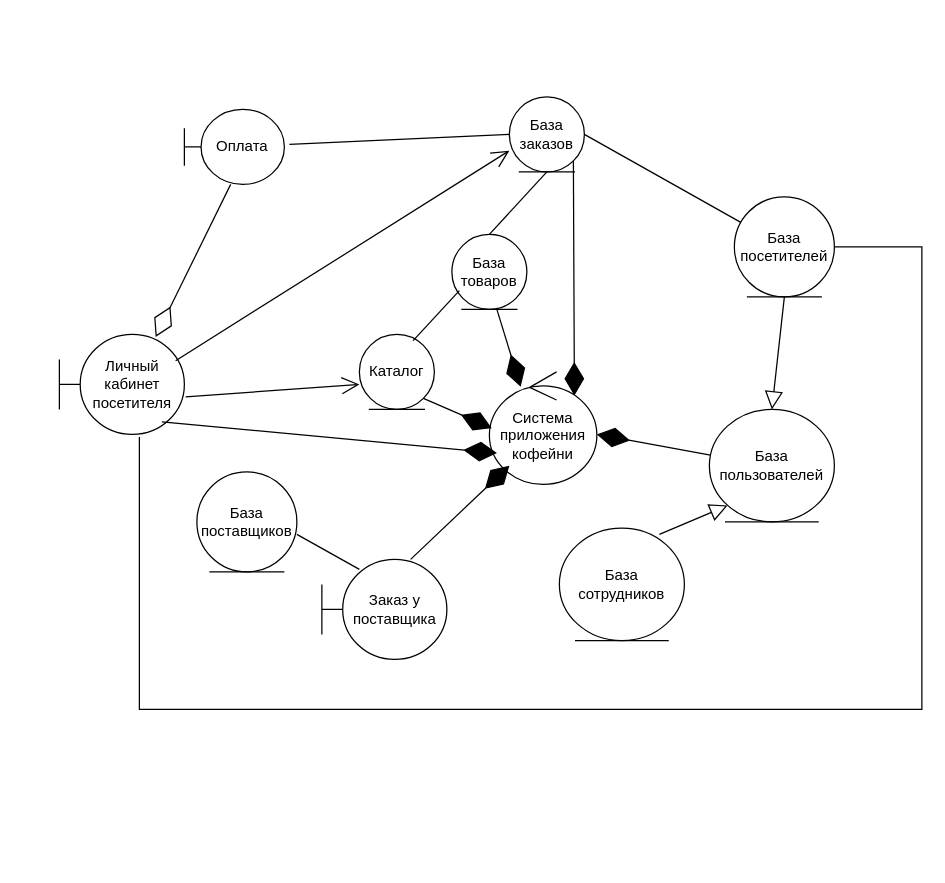
This is AKMS_3.drawio from mopsin666/AKMS, a draw.io file, before an edit. Source tidied: cells renumbered, new cells numbered last; positions are measured from the earlier drawing's top-left corner, leaving out a move shared by most shapes. Both pictures are drawn from the tidied source at 125%, with x=0, y=0 at pixel (59, 96).
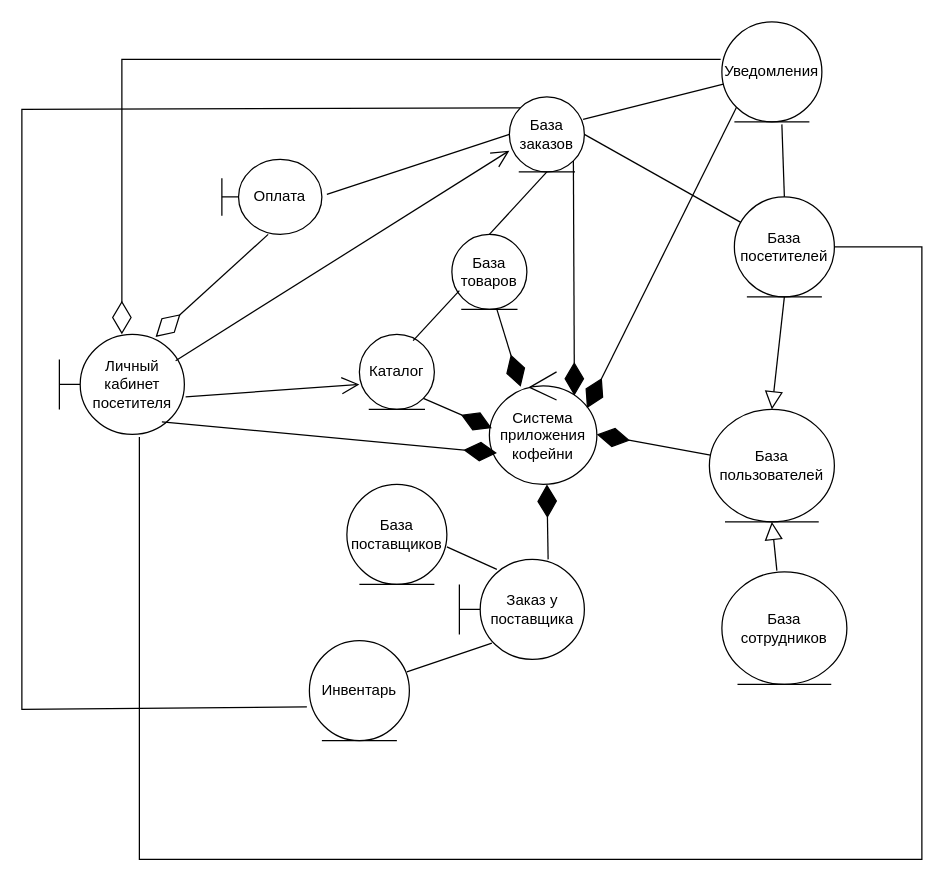
Above is the later version.

The change refers to these unchanged cells:
```xml
<mxCell id="3" value="Личный кабинет посетителя" style="shape=umlBoundary;whiteSpace=wrap;html=1;" parent="1" vertex="1">
  <mxGeometry y="190" width="100" height="80" as="geometry" />
</mxCell>
<mxCell id="6" value="База заказов" style="ellipse;shape=umlEntity;whiteSpace=wrap;html=1;" parent="1" vertex="1">
  <mxGeometry x="360" width="60" height="60" as="geometry" />
</mxCell>
<mxCell id="7" value="База посетителей" style="ellipse;shape=umlEntity;whiteSpace=wrap;html=1;" parent="1" vertex="1">
  <mxGeometry x="540" y="80" width="80" height="80" as="geometry" />
</mxCell>
<mxCell id="8" value="База пользователей" style="ellipse;shape=umlEntity;whiteSpace=wrap;html=1;" parent="1" vertex="1">
  <mxGeometry x="520" y="250" width="100" height="90" as="geometry" />
</mxCell>
<mxCell id="10" value="Система приложения кофейни" style="ellipse;shape=umlControl;whiteSpace=wrap;html=1;" parent="1" vertex="1">
  <mxGeometry x="344" y="220" width="86" height="90" as="geometry" />
</mxCell>
```

Diff of the diagram source:
```diff
@@
     <mxCell id="2" value="Оплата" style="shape=umlBoundary;whiteSpace=wrap;html=1;" parent="1" vertex="1">
-      <mxGeometry x="100" y="10" width="80" height="60" as="geometry" />
+      <mxGeometry x="130" y="50" width="80" height="60" as="geometry" />
     </mxCell>
@@
     <mxCell id="9" value="База сотрудников" style="ellipse;shape=umlEntity;whiteSpace=wrap;html=1;" parent="1" vertex="1">
-      <mxGeometry x="400" y="345" width="100" height="90" as="geometry" />
+      <mxGeometry x="530" y="380" width="100" height="90" as="geometry" />
     </mxCell>
@@
     <mxCell id="20" style="endArrow=none;html=1;rounded=0;exitX=0.64;exitY=1.025;exitDx=0;exitDy=0;exitPerimeter=0;" parent="1" edge="1" source="3" target="7">
       <mxGeometry relative="1" as="geometry">
         <Array as="points">
-          <mxPoint x="64" y="490" />
-          <mxPoint x="370" y="490" />
-          <mxPoint x="690" y="490" />
+          <mxPoint x="64" y="610" />
+          <mxPoint x="370" y="610" />
+          <mxPoint x="690" y="610" />
           <mxPoint x="690" y="120" />
         </Array>
       </mxGeometry>
     </mxCell>
@@
     <mxCell id="24" value="База поставщиков" style="ellipse;shape=umlEntity;whiteSpace=wrap;html=1;" parent="1" vertex="1">
-      <mxGeometry x="110" y="300" width="80" height="80" as="geometry" />
+      <mxGeometry x="230" y="310" width="80" height="80" as="geometry" />
     </mxCell>
     <mxCell id="25" value="Заказ у поставщика" style="shape=umlBoundary;whiteSpace=wrap;html=1;" parent="1" vertex="1">
-      <mxGeometry x="210" y="370" width="100" height="80" as="geometry" />
+      <mxGeometry x="320" y="370" width="100" height="80" as="geometry" />
     </mxCell>
@@
-    <mxCell id="27" style="endArrow=diamondThin;endFill=1;endSize=24;html=1;rounded=0;exitX=0.71;exitY=0;exitDx=0;exitDy=0;exitPerimeter=0;entryX=0.07;entryY=0.722;entryDx=0;entryDy=0;entryPerimeter=0;" parent="1" edge="1" source="25">
-      <mxGeometry relative="1" as="geometry">
-        <mxPoint x="360" y="295" as="targetPoint" />
-      </mxGeometry>
+    <mxCell id="27" style="endArrow=diamondThin;endFill=1;endSize=24;html=1;rounded=0;exitX=0.71;exitY=0;exitDx=0;exitDy=0;exitPerimeter=0;entryX=0.535;entryY=1;entryDx=0;entryDy=0;entryPerimeter=0;" parent="1" edge="1" source="25" target="10">
+      <mxGeometry relative="1" as="geometry" />
     </mxCell>
-    <mxCell id="28" style="endArrow=block;endFill=0;endSize=12;html=1;rounded=0;exitX=0.8;exitY=0.056;exitDx=0;exitDy=0;exitPerimeter=0;entryX=0;entryY=1;entryDx=0;entryDy=0;" parent="1" edge="1" source="9" target="8">
+    <mxCell id="28" style="endArrow=block;endFill=0;endSize=12;html=1;rounded=0;exitX=0.44;exitY=-0.011;exitDx=0;exitDy=0;entryX=0.5;entryY=1;entryDx=0;entryDy=0;exitPerimeter=0;" parent="1" edge="1" source="9" target="8">
       <mxGeometry relative="1" as="geometry" />
     </mxCell>
@@
+    <mxCell id="30" value="Уведомления" style="ellipse;shape=umlEntity;whiteSpace=wrap;html=1;" parent="1" vertex="1">
+      <mxGeometry x="530" y="-60" width="80" height="80" as="geometry" />
+    </mxCell>
+    <mxCell id="31" style="endArrow=none;html=1;rounded=0;entryX=0.983;entryY=0.3;entryDx=0;entryDy=0;entryPerimeter=0;" parent="1" edge="1" source="30" target="6">
+      <mxGeometry relative="1" as="geometry" />
+    </mxCell>
+    <mxCell id="32" style="endArrow=none;html=1;rounded=0;entryX=0.5;entryY=0;entryDx=0;entryDy=0;exitX=0.6;exitY=1.025;exitDx=0;exitDy=0;exitPerimeter=0;" parent="1" edge="1" source="30" target="7">
+      <mxGeometry relative="1" as="geometry" />
+    </mxCell>
+    <mxCell id="33" style="endArrow=diamondThin;endFill=0;endSize=24;html=1;rounded=0;exitX=-0.012;exitY=0.375;exitDx=0;exitDy=0;exitPerimeter=0;entryX=0.5;entryY=0;entryDx=0;entryDy=0;entryPerimeter=0;" parent="1" edge="1" source="30" target="3">
+      <mxGeometry relative="1" as="geometry">
+        <Array as="points">
+          <mxPoint x="50" y="-30" />
+        </Array>
+      </mxGeometry>
+    </mxCell>
+    <mxCell id="34" value="Инвентарь" style="ellipse;shape=umlEntity;whiteSpace=wrap;html=1;" parent="1" vertex="1">
+      <mxGeometry x="200" y="435" width="80" height="80" as="geometry" />
+    </mxCell>
+    <mxCell id="35" style="endArrow=none;html=1;rounded=0;entryX=0;entryY=0;entryDx=0;entryDy=0;exitX=-0.025;exitY=0.663;exitDx=0;exitDy=0;exitPerimeter=0;" parent="1" edge="1" source="34" target="6">
+      <mxGeometry relative="1" as="geometry">
+        <Array as="points">
+          <mxPoint x="-30" y="490" />
+          <mxPoint x="-30" y="10" />
+        </Array>
+      </mxGeometry>
+    </mxCell>
+    <mxCell id="36" style="endArrow=none;html=1;rounded=0;exitX=0.975;exitY=0.313;exitDx=0;exitDy=0;exitPerimeter=0;entryX=0.26;entryY=0.838;entryDx=0;entryDy=0;entryPerimeter=0;" parent="1" edge="1" source="34" target="25">
+      <mxGeometry relative="1" as="geometry" />
+    </mxCell>
+    <mxCell id="37" style="endArrow=diamondThin;endFill=1;endSize=24;html=1;rounded=0;exitX=0;exitY=1;exitDx=0;exitDy=0;entryX=0.791;entryY=0.211;entryDx=0;entryDy=0;entryPerimeter=0;" parent="1" edge="1" source="30">
+      <mxGeometry relative="1" as="geometry">
+        <mxPoint x="422" y="249" as="targetPoint" />
+      </mxGeometry>
+    </mxCell>
```
